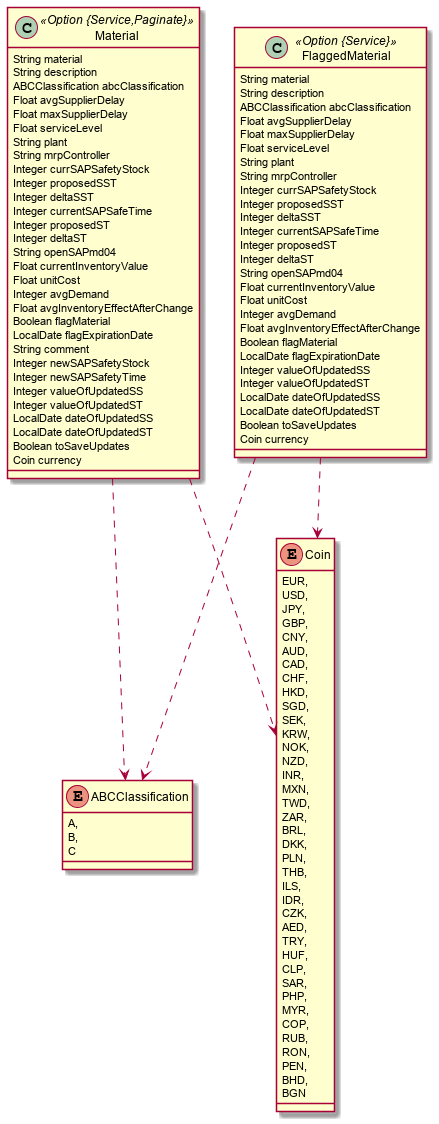
Before: code/jhipster-jdl.png, a diagram exported from PlantUML (CatarinaOG/Projeto-Informatica).
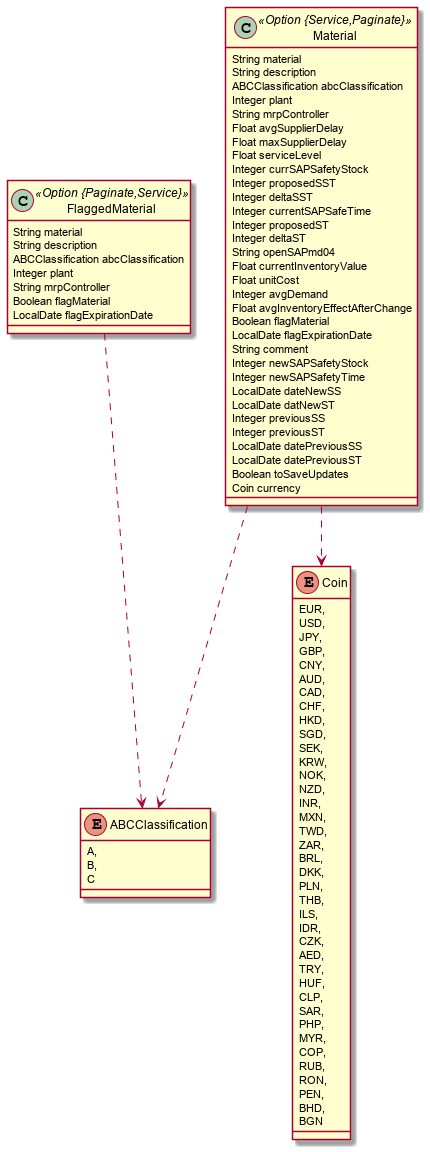
The same diagram one commit later.

What changed in the source:
```diff
@@ -4,11 +4,11 @@
 		String material
 		String description
 		ABCClassification abcClassification
+		Integer plant
+		String mrpController
 		Float avgSupplierDelay
 		Float maxSupplierDelay
 		Float serviceLevel
-		String plant
-		String mrpController
 		Integer currSAPSafetyStock
 		Integer proposedSST
 		Integer deltaSST
@@ -25,46 +25,27 @@
 		String comment
 		Integer newSAPSafetyStock
 		Integer newSAPSafetyTime
-		Integer valueOfUpdatedSS
-		Integer valueOfUpdatedST
-		LocalDate dateOfUpdatedSS
-		LocalDate dateOfUpdatedST
+		LocalDate dateNewSS
+		LocalDate datNewST
+		Integer previousSS
+		Integer previousST
+		LocalDate datePreviousSS
+		LocalDate datePreviousST
 		Boolean toSaveUpdates
 		Coin currency
 	}
 	Material ..> ABCClassification
 	Material ..> Coin
-	class FlaggedMaterial <<Option {Service}>> {
+	class FlaggedMaterial <<Option {Paginate,Service}>> {
 		String material
 		String description
 		ABCClassification abcClassification
-		Float avgSupplierDelay
-		Float maxSupplierDelay
-		Float serviceLevel
-		String plant
+		Integer plant
 		String mrpController
-		Integer currSAPSafetyStock
-		Integer proposedSST
-		Integer deltaSST
-		Integer currentSAPSafeTime
-		Integer proposedST
-		Integer deltaST
-		String openSAPmd04
-		Float currentInventoryValue
-		Float unitCost
-		Integer avgDemand
-		Float avgInventoryEffectAfterChange
 		Boolean flagMaterial
 		LocalDate flagExpirationDate
-		Integer valueOfUpdatedSS
-		Integer valueOfUpdatedST
-		LocalDate dateOfUpdatedSS
-		LocalDate dateOfUpdatedST
-		Boolean toSaveUpdates
-		Coin currency
 	}
 	FlaggedMaterial ..> ABCClassification
-	FlaggedMaterial ..> Coin
 	enum ABCClassification {
 		A,
 		B,
```
